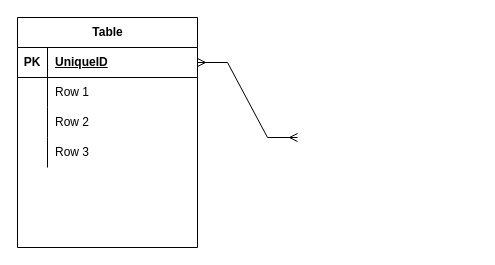
The draw.io diagram Untitled Diagram.drawio in hc7/T2024, before the edit. Source tidied: cells renumbered, new cells numbered last; positions are measured from the earlier drawing's top-left corner, leaving out a move shared by most shapes. Both pictures are drawn from the tidied source at 100%, with x=0, y=0 at pixel (17, 17).
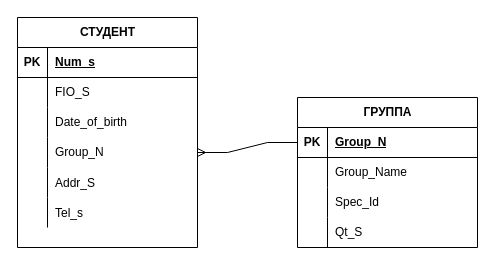
The same page after the edit.

Unchanged cells that the change refers to:
```xml
<mxCell id="3" style="shape=tableRow;horizontal=0;startSize=0;swimlaneHead=0;swimlaneBody=0;fillColor=none;points=[[0,0.5],[1,0.5]];portConstraint=eastwest;top=0;left=0;right=0;bottom=1;" parent="2" vertex="1">
  <mxGeometry y="30" width="180" height="30" as="geometry" />
</mxCell>
<mxCell id="6" style="shape=tableRow;horizontal=0;startSize=0;swimlaneHead=0;swimlaneBody=0;fillColor=none;top=0;left=0;right=0;bottom=0;" parent="2" vertex="1">
  <mxGeometry y="60" width="180" height="30" as="geometry" />
</mxCell>
<mxCell id="9" style="shape=tableRow;horizontal=0;startSize=0;swimlaneHead=0;swimlaneBody=0;fillColor=none;top=0;left=0;right=0;bottom=0;" parent="2" vertex="1">
  <mxGeometry y="90" width="180" height="30" as="geometry" />
</mxCell>
<mxCell id="12" style="shape=tableRow;horizontal=0;startSize=0;swimlaneHead=0;swimlaneBody=0;fillColor=none;points=[[0,0.5],[1,0.5]];portConstraint=eastwest;top=0;left=0;right=0;bottom=0;" parent="2" vertex="1">
  <mxGeometry y="120" width="180" height="30" as="geometry" />
</mxCell>
```

Change to the diagram source:
```diff
@@
-    <mxCell id="2" value="Table" style="shape=table;startSize=30;childLayout=tableLayout;rowLines=0;fontStyle=1;align=center;html=1;" parent="1" vertex="1">
+    <mxCell id="2" value="СТУДЕНТ" style="shape=table;startSize=30;childLayout=tableLayout;rowLines=0;fontStyle=1;align=center;html=1;" parent="1" vertex="1">
       <mxGeometry width="180" height="230" as="geometry" />
     </mxCell>
@@
-    <mxCell id="5" value="UniqueID" style="shape=partialRectangle;fillColor=none;top=0;left=0;bottom=0;right=0;align=left;spacingLeft=6;fontStyle=5;overflow=hidden;whiteSpace=wrap;html=1;" parent="3" vertex="1">
+    <mxCell id="5" value="Num_s" style="shape=partialRectangle;fillColor=none;top=0;left=0;bottom=0;right=0;align=left;spacingLeft=6;fontStyle=5;overflow=hidden;whiteSpace=wrap;html=1;" parent="3" vertex="1">
       <mxGeometry x="30" width="150" height="30" as="geometry" />
     </mxCell>
@@
-    <mxCell id="8" value="Row 1" style="shape=partialRectangle;fillColor=none;top=0;left=0;bottom=0;right=0;align=left;spacingLeft=6;overflow=hidden;whiteSpace=wrap;html=1;" parent="6" vertex="1">
+    <mxCell id="8" value="FIO_S" style="shape=partialRectangle;fillColor=none;top=0;left=0;bottom=0;right=0;align=left;spacingLeft=6;overflow=hidden;whiteSpace=wrap;html=1;" parent="6" vertex="1">
       <mxGeometry x="30" width="150" height="30" as="geometry" />
     </mxCell>
@@
-    <mxCell id="11" value="Row 2" style="shape=partialRectangle;fillColor=none;top=0;left=0;bottom=0;right=0;align=left;spacingLeft=6;overflow=hidden;whiteSpace=wrap;html=1;" parent="9" vertex="1">
+    <mxCell id="11" value="Date_of_birth" style="shape=partialRectangle;fillColor=none;top=0;left=0;bottom=0;right=0;align=left;spacingLeft=6;overflow=hidden;whiteSpace=wrap;html=1;" parent="9" vertex="1">
       <mxGeometry x="30" width="150" height="30" as="geometry" />
     </mxCell>
@@
-    <mxCell id="14" value="Row 3" style="shape=partialRectangle;fillColor=none;top=0;left=0;bottom=0;right=0;align=left;spacingLeft=6;overflow=hidden;whiteSpace=wrap;html=1;" parent="12" vertex="1">
+    <mxCell id="14" value="Group_N" style="shape=partialRectangle;fillColor=none;top=0;left=0;bottom=0;right=0;align=left;spacingLeft=6;overflow=hidden;whiteSpace=wrap;html=1;" parent="12" vertex="1">
       <mxGeometry x="30" width="150" height="30" as="geometry" />
     </mxCell>
-    <mxCell id="15" style="edgeStyle=entityRelationEdgeStyle;fontSize=12;html=1;endArrow=ERmany;startArrow=ERmany;rounded=0;exitX=1;exitY=0.5;exitDx=0;exitDy=0;" parent="1" edge="1" source="3">
-      <mxGeometry relative="1" as="geometry">
-        <mxPoint x="280" y="120" as="targetPoint" />
-      </mxGeometry>
-    </mxCell>
+    <mxCell id="16" style="shape=tableRow;horizontal=0;startSize=0;swimlaneHead=0;swimlaneBody=0;fillColor=none;top=0;left=0;right=0;bottom=0;" parent="2" vertex="1">
+      <mxGeometry y="150" width="180" height="30" as="geometry" />
+    </mxCell>
+    <mxCell id="17" style="shape=partialRectangle;fillColor=none;top=0;left=0;bottom=0;right=0;overflow=hidden;" parent="16" vertex="1">
+      <mxGeometry width="30" height="30" as="geometry" />
+    </mxCell>
+    <mxCell id="18" value="Addr_S" style="shape=partialRectangle;fillColor=none;top=0;left=0;bottom=0;right=0;align=left;spacingLeft=6;overflow=hidden;" parent="16" vertex="1">
+      <mxGeometry x="30" width="150" height="30" as="geometry" />
+    </mxCell>
+    <mxCell id="19" style="shape=tableRow;horizontal=0;startSize=0;swimlaneHead=0;swimlaneBody=0;fillColor=none;top=0;left=0;right=0;bottom=0;" parent="2" vertex="1">
+      <mxGeometry y="180" width="180" height="30" as="geometry" />
+    </mxCell>
+    <mxCell id="20" style="shape=partialRectangle;fillColor=none;top=0;left=0;bottom=0;right=0;overflow=hidden;" parent="19" vertex="1">
+      <mxGeometry width="30" height="30" as="geometry" />
+    </mxCell>
+    <mxCell id="21" value="Tel_s" style="shape=partialRectangle;fillColor=none;top=0;left=0;bottom=0;right=0;align=left;spacingLeft=6;overflow=hidden;" parent="19" vertex="1">
+      <mxGeometry x="30" width="150" height="30" as="geometry" />
+    </mxCell>
+    <mxCell id="22" value="ГРУППА" style="shape=table;startSize=30;childLayout=tableLayout;rowLines=0;fontStyle=1;align=center;html=1;" parent="1" vertex="1">
+      <mxGeometry x="280" y="80" width="180" height="150" as="geometry" />
+    </mxCell>
+    <mxCell id="23" style="shape=tableRow;horizontal=0;startSize=0;swimlaneHead=0;swimlaneBody=0;fillColor=none;points=[[0,0.5],[1,0.5]];portConstraint=eastwest;top=0;left=0;right=0;bottom=1;" parent="22" vertex="1">
+      <mxGeometry y="30" width="180" height="30" as="geometry" />
+    </mxCell>
+    <mxCell id="24" value="PK" style="shape=partialRectangle;fillColor=none;top=0;left=0;bottom=0;right=0;fontStyle=1;overflow=hidden;whiteSpace=wrap;html=1;" parent="23" vertex="1">
+      <mxGeometry width="30" height="30" as="geometry" />
+    </mxCell>
+    <mxCell id="25" value="Group_N" style="shape=partialRectangle;fillColor=none;top=0;left=0;bottom=0;right=0;align=left;spacingLeft=6;fontStyle=5;overflow=hidden;whiteSpace=wrap;html=1;" parent="23" vertex="1">
+      <mxGeometry x="30" width="150" height="30" as="geometry" />
+    </mxCell>
+    <mxCell id="26" style="shape=tableRow;horizontal=0;startSize=0;swimlaneHead=0;swimlaneBody=0;fillColor=none;top=0;left=0;right=0;bottom=0;" parent="22" vertex="1">
+      <mxGeometry y="60" width="180" height="30" as="geometry" />
+    </mxCell>
+    <mxCell id="27" style="shape=partialRectangle;fillColor=none;top=0;left=0;bottom=0;right=0;overflow=hidden;whiteSpace=wrap;html=1;" parent="26" vertex="1">
+      <mxGeometry width="30" height="30" as="geometry" />
+    </mxCell>
+    <mxCell id="28" value="Group_Name" style="shape=partialRectangle;fillColor=none;top=0;left=0;bottom=0;right=0;align=left;spacingLeft=6;overflow=hidden;whiteSpace=wrap;html=1;" parent="26" vertex="1">
+      <mxGeometry x="30" width="150" height="30" as="geometry" />
+    </mxCell>
+    <mxCell id="29" style="shape=tableRow;horizontal=0;startSize=0;swimlaneHead=0;swimlaneBody=0;fillColor=none;top=0;left=0;right=0;bottom=0;" parent="22" vertex="1">
+      <mxGeometry y="90" width="180" height="30" as="geometry" />
+    </mxCell>
+    <mxCell id="30" style="shape=partialRectangle;fillColor=none;top=0;left=0;bottom=0;right=0;overflow=hidden;whiteSpace=wrap;html=1;" parent="29" vertex="1">
+      <mxGeometry width="30" height="30" as="geometry" />
+    </mxCell>
+    <mxCell id="31" value="Spec_Id" style="shape=partialRectangle;fillColor=none;top=0;left=0;bottom=0;right=0;align=left;spacingLeft=6;overflow=hidden;whiteSpace=wrap;html=1;" parent="29" vertex="1">
+      <mxGeometry x="30" width="150" height="30" as="geometry" />
+    </mxCell>
+    <mxCell id="32" style="shape=tableRow;horizontal=0;startSize=0;swimlaneHead=0;swimlaneBody=0;fillColor=none;top=0;left=0;right=0;bottom=0;" parent="22" vertex="1">
+      <mxGeometry y="120" width="180" height="30" as="geometry" />
+    </mxCell>
+    <mxCell id="33" style="shape=partialRectangle;fillColor=none;top=0;left=0;bottom=0;right=0;overflow=hidden;whiteSpace=wrap;html=1;" parent="32" vertex="1">
+      <mxGeometry width="30" height="30" as="geometry" />
+    </mxCell>
+    <mxCell id="34" value="Qt_S" style="shape=partialRectangle;fillColor=none;top=0;left=0;bottom=0;right=0;align=left;spacingLeft=6;overflow=hidden;whiteSpace=wrap;html=1;" parent="32" vertex="1">
+      <mxGeometry x="30" width="150" height="30" as="geometry" />
+    </mxCell>
+    <mxCell id="35" style="edgeStyle=entityRelationEdgeStyle;fontSize=12;html=1;endArrow=ERmany;rounded=0;" parent="1" edge="1" source="23" target="12">
+      <mxGeometry relative="1" as="geometry" />
+    </mxCell>
```
